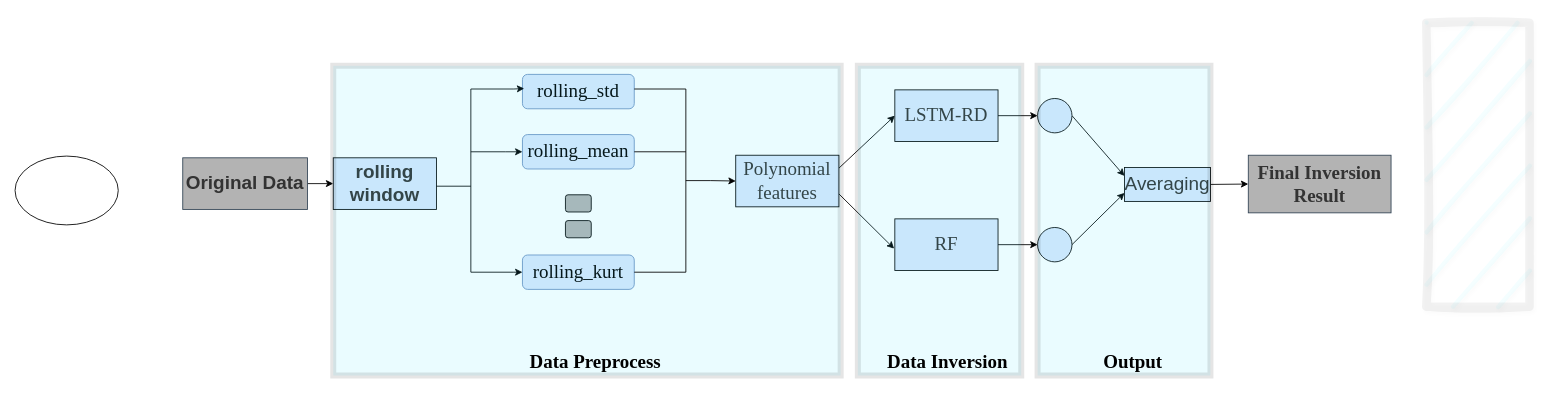
Before: huihe.drawio in Lu-Ming-Song/C, a draw.io diagram. Source tidied: cells renumbered, new cells numbered last; positions are measured from the earlier drawing's top-left corner, leaving out a move shared by most shapes. Both pictures are drawn from the tidied source at 86%, with x=0, y=0 at pixel (15, 22).
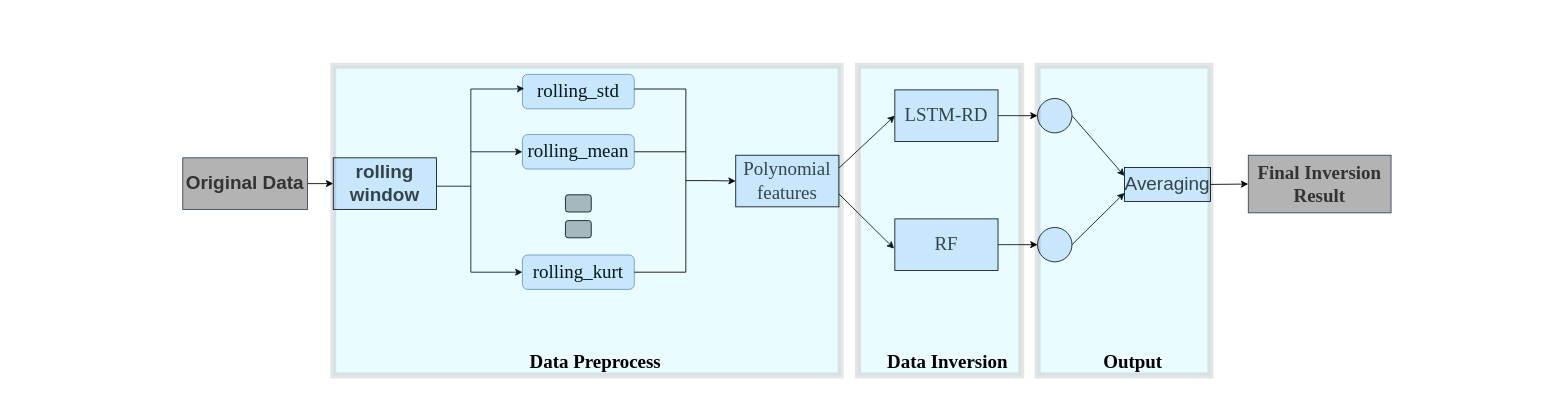
Above is the later version.

Change to the diagram source:
```diff
@@
-    <mxCell id="39" style="rounded=0;html=1;fillColor=#36DDFF;fontColor=default;labelBorderColor=#000000;verticalAlign=top;labelPosition=center;verticalLabelPosition=bottom;align=center;opacity=5;glass=0;sketch=1;curveFitting=1;jiggle=2;shadow=1;strokeWidth=10;" parent="1" vertex="1">
-      <mxGeometry x="1641" width="120" height="330" as="geometry" />
-    </mxCell>
-    <mxCell id="40" style="ellipse;whiteSpace=wrap;html=1;" parent="1" vertex="1">
-      <mxGeometry y="155" width="120" height="80" as="geometry" />
-    </mxCell>
```
